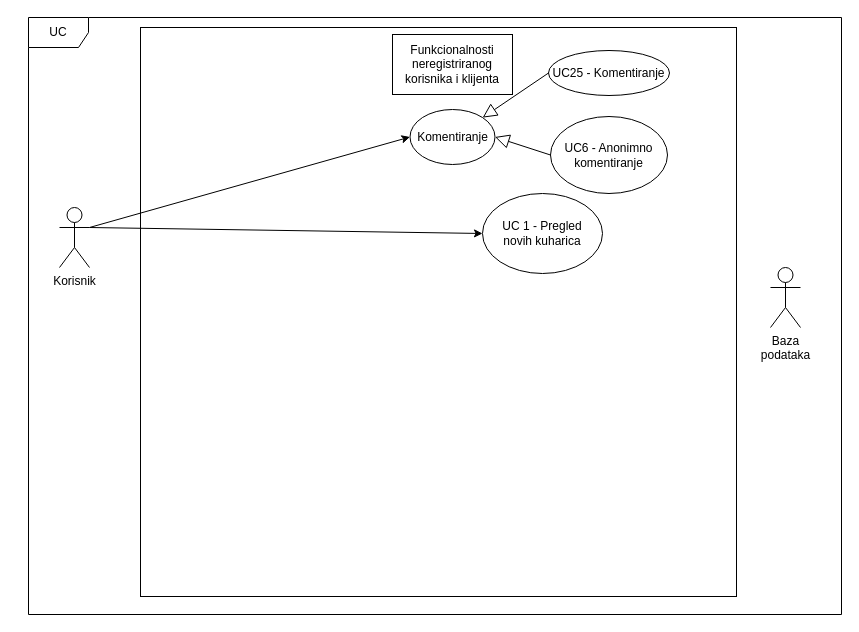
Above: Dokumentacija/Dijagrami/DijagramObrazacaUporabeNeregistriranogKorisnika.drawio in glatkobrasno/wall-e-zohari (draw.io), before the change. Source tidied: cells renumbered, new cells numbered last; positions are measured from the earlier drawing's top-left corner, leaving out a move shared by most shapes. Both pictures are drawn from the tidied source at 100%, with x=0, y=0 at pixel (28, 17).
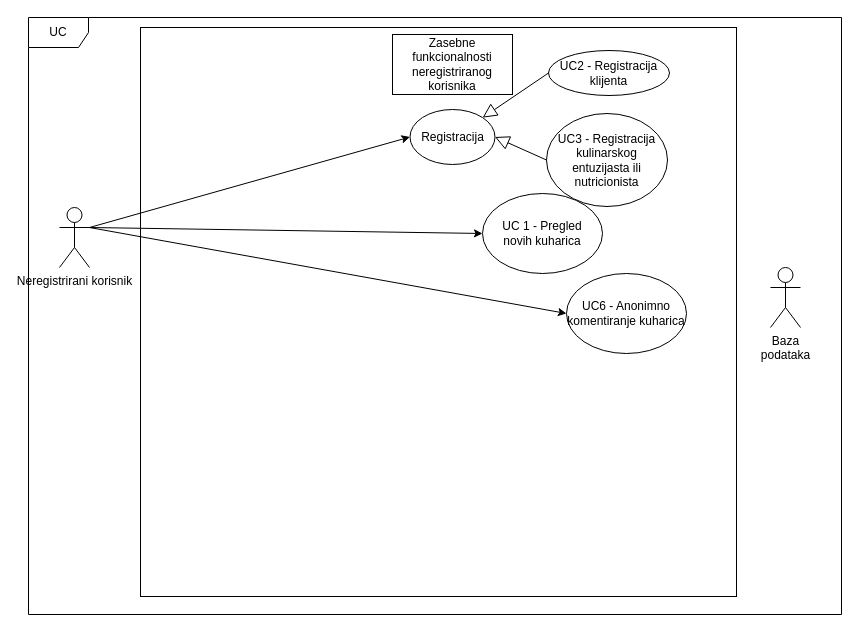
After the change.

Commit message (it also covers changes not shown here):
Dijagrami obrazaca uporabe

Diff of the diagram source:
```diff
@@
 <mxGraphModel>
   <root>
     <mxCell id="0" />
     <mxCell id="1" parent="0" />
     <mxCell id="2" style="html=1;whiteSpace=wrap;" parent="1" vertex="1">
       <mxGeometry x="112" y="10" width="596" height="569" as="geometry" />
     </mxCell>
-    <mxCell id="3" value="Korisnik" style="shape=umlActor;verticalLabelPosition=bottom;verticalAlign=top;html=1;outlineConnect=0;labelBackgroundColor=none;rounded=0;" parent="1" vertex="1">
+    <mxCell id="3" value="Neregistrirani korisnik" style="shape=umlActor;verticalLabelPosition=bottom;verticalAlign=top;html=1;outlineConnect=0;labelBackgroundColor=none;rounded=0;" parent="1" vertex="1">
       <mxGeometry x="31" y="190" width="30" height="60" as="geometry" />
     </mxCell>
     <mxCell id="4" value="Baza&lt;br&gt;podataka" style="shape=umlActor;verticalLabelPosition=bottom;verticalAlign=top;html=1;" parent="1" vertex="1">
       <mxGeometry x="742" y="250" width="30" height="60" as="geometry" />
     </mxCell>
     <mxCell id="5" value="UC" style="shape=umlFrame;whiteSpace=wrap;html=1;" parent="1" vertex="1">
       <mxGeometry width="813" height="597" as="geometry" />
     </mxCell>
-    <mxCell id="6" value="Funkcionalnosti neregistriranog korisnika i klijenta" style="rounded=0;whiteSpace=wrap;html=1;" parent="1" vertex="1">
+    <mxCell id="6" value="Zasebne funkcionalnosti neregistriranog korisnika" style="rounded=0;whiteSpace=wrap;html=1;" parent="1" vertex="1">
       <mxGeometry x="364" y="17" width="120" height="60" as="geometry" />
     </mxCell>
     <mxCell id="7" value="UC 1 - Pregled&lt;br&gt;novih kuharica" style="ellipse;whiteSpace=wrap;html=1;" parent="1" vertex="1">
       <mxGeometry x="454" y="176" width="120" height="80" as="geometry" />
     </mxCell>
     <mxCell id="8" style="endArrow=classic;html=1;exitX=1;exitY=0.3333333333333333;exitDx=0;exitDy=0;exitPerimeter=0;entryX=0;entryY=0.5;entryDx=0;entryDy=0;" parent="1" edge="1" source="3" target="7">
       <mxGeometry relative="1" as="geometry" />
     </mxCell>
-    <mxCell id="9" value="Komentiranje" style="ellipse;whiteSpace=wrap;html=1;" parent="1" vertex="1">
+    <mxCell id="9" value="Registracija" style="ellipse;whiteSpace=wrap;html=1;" parent="1" vertex="1">
       <mxGeometry x="381.5" y="92" width="85" height="55" as="geometry" />
     </mxCell>
-    <mxCell id="10" value="UC25 - Komentiranje" style="ellipse;whiteSpace=wrap;html=1;" parent="1" vertex="1">
+    <mxCell id="10" value="UC2 - Registracija klijenta" style="ellipse;whiteSpace=wrap;html=1;" parent="1" vertex="1">
       <mxGeometry x="520" y="33" width="121" height="45" as="geometry" />
     </mxCell>
-    <mxCell id="11" value="UC6 - Anonimno komentiranje" style="ellipse;whiteSpace=wrap;html=1;" parent="1" vertex="1">
-      <mxGeometry x="522" y="99" width="117" height="77" as="geometry" />
+    <mxCell id="11" value="UC3 - Registracija kulinarskog entuzijasta ili nutricionista" style="ellipse;whiteSpace=wrap;html=1;" parent="1" vertex="1">
+      <mxGeometry x="518" y="96" width="121" height="93" as="geometry" />
     </mxCell>
     <mxCell id="12" style="endArrow=classic;html=1;exitX=1;exitY=0.3333333333333333;exitDx=0;exitDy=0;exitPerimeter=0;entryX=0;entryY=0.5;entryDx=0;entryDy=0;" parent="1" edge="1" source="3" target="9">
       <mxGeometry relative="1" as="geometry" />
     </mxCell>
     <mxCell id="13" style="edgeStyle=none;html=1;endArrow=block;endFill=0;endSize=12;verticalAlign=bottom;exitX=0;exitY=0.5;exitDx=0;exitDy=0;entryX=1;entryY=0.5;entryDx=0;entryDy=0;" parent="1" edge="1" source="11" target="9">
       <mxGeometry relative="1" as="geometry" />
     </mxCell>
     <mxCell id="14" style="edgeStyle=none;html=1;endArrow=block;endFill=0;endSize=12;verticalAlign=bottom;entryX=1;entryY=0;entryDx=0;entryDy=0;exitX=0;exitY=0.5;exitDx=0;exitDy=0;" parent="1" edge="1" source="10" target="9">
       <mxGeometry relative="1" as="geometry" />
     </mxCell>
+    <mxCell id="15" value="UC6 - Anonimno komentiranje kuharica" style="ellipse;whiteSpace=wrap;html=1;" parent="1" vertex="1">
+      <mxGeometry x="538" y="256" width="120" height="80" as="geometry" />
+    </mxCell>
+    <mxCell id="16" style="endArrow=classic;html=1;rounded=0;exitX=1;exitY=0.3333333333333333;exitDx=0;exitDy=0;exitPerimeter=0;entryX=0;entryY=0.5;entryDx=0;entryDy=0;" parent="1" edge="1" source="3" target="15">
+      <mxGeometry relative="1" as="geometry" />
+    </mxCell>
   </root>
 </mxGraphModel>
```
